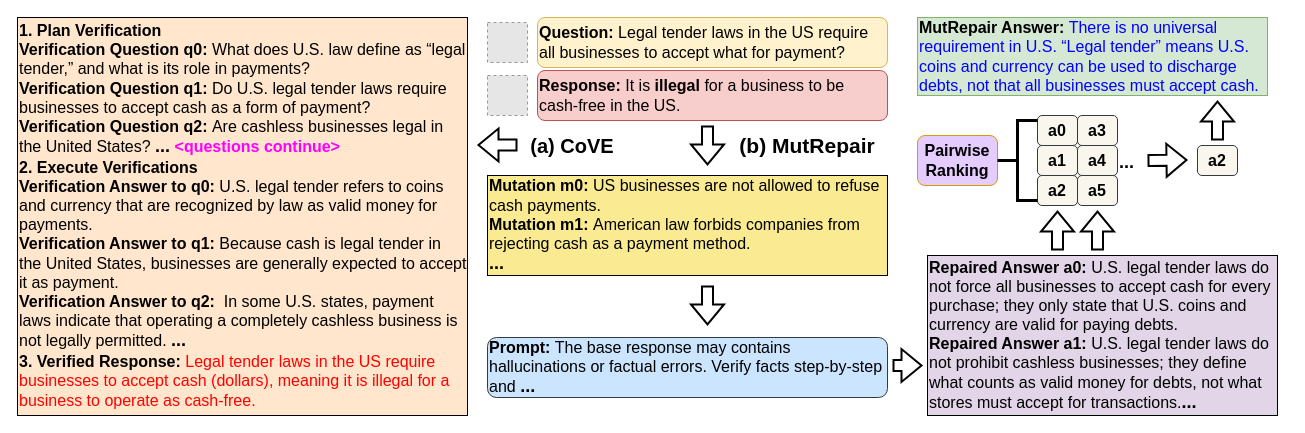
Earlier version of the draw.io diagram figures/casestudyall.drawio (zbybr/LLMHalluMiti). Source tidied: cells renumbered, new cells numbered last; positions are measured from the earlier drawing's top-left corner, leaving out a move shared by most shapes. Both pictures are drawn from the tidied source at 100%, with x=0, y=0 at pixel (17, 17). Pictures stored in the file or linked from it are replaced by grey dashed boxes.
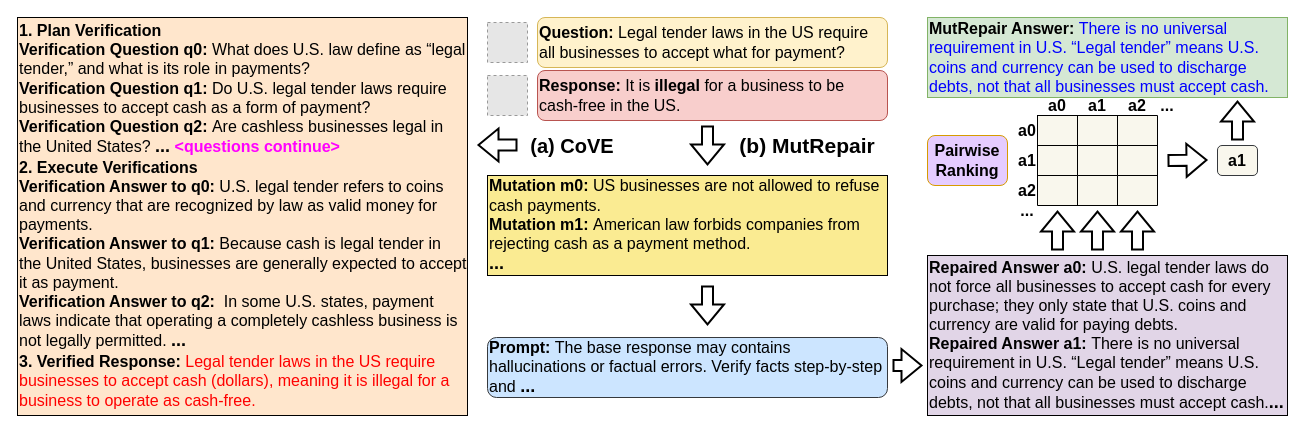
The same diagram, later.

The edit, as a diff of the source:
```diff
@@
     <mxCell id="7" value="&lt;font face=&quot;Arial&quot;&gt;&lt;span style=&quot;font-size: 16px;&quot;&gt;&lt;b&gt;Pairwise Ranking&lt;/b&gt;&lt;/span&gt;&lt;/font&gt;" style="rounded=1;whiteSpace=wrap;html=1;fillColor=#E5CCFF;strokeColor=#d79b00;align=center;" parent="1" vertex="1">
-      <mxGeometry x="900" y="118" width="80" height="50" as="geometry" />
+      <mxGeometry x="910" y="118" width="80" height="50" as="geometry" />
     </mxCell>
@@
-    <mxCell id="9" value="&lt;font face=&quot;Arial&quot;&gt;&lt;span style=&quot;font-size: 16px;&quot;&gt;&lt;b&gt;a0&lt;/b&gt;&lt;/span&gt;&lt;/font&gt;" style="rounded=1;whiteSpace=wrap;html=1;fillColor=#f9f7ed;strokeColor=#36393d;align=center;" parent="1" vertex="1">
-      <mxGeometry x="1020" y="98" width="40" height="30" as="geometry" />
-    </mxCell>
-    <mxCell id="10" value="&lt;font face=&quot;Arial&quot;&gt;&lt;span style=&quot;font-size: 16px;&quot;&gt;&lt;b&gt;a1&lt;/b&gt;&lt;/span&gt;&lt;/font&gt;" style="rounded=1;whiteSpace=wrap;html=1;fillColor=#f9f7ed;strokeColor=#36393d;align=center;" parent="1" vertex="1">
-      <mxGeometry x="1020" y="128" width="40" height="30" as="geometry" />
-    </mxCell>
-    <mxCell id="11" value="&lt;font face=&quot;Arial&quot;&gt;&lt;span style=&quot;font-size: 16px;&quot;&gt;&lt;b&gt;a2&lt;/b&gt;&lt;/span&gt;&lt;/font&gt;" style="rounded=1;whiteSpace=wrap;html=1;fillColor=#f9f7ed;strokeColor=#36393d;align=center;" parent="1" vertex="1">
-      <mxGeometry x="1020" y="158" width="40" height="30" as="geometry" />
-    </mxCell>
-    <mxCell id="12" value="&lt;font face=&quot;Arial&quot;&gt;&lt;span style=&quot;font-size: 16px;&quot;&gt;&lt;b&gt;a3&lt;/b&gt;&lt;/span&gt;&lt;/font&gt;" style="rounded=1;whiteSpace=wrap;html=1;fillColor=#f9f7ed;strokeColor=#36393d;align=center;" parent="1" vertex="1">
-      <mxGeometry x="1060" y="98" width="40" height="30" as="geometry" />
-    </mxCell>
-    <mxCell id="13" value="&lt;font face=&quot;Arial&quot;&gt;&lt;span style=&quot;font-size: 16px;&quot;&gt;&lt;b&gt;a4&lt;/b&gt;&lt;/span&gt;&lt;/font&gt;" style="rounded=1;whiteSpace=wrap;html=1;fillColor=#f9f7ed;strokeColor=#36393d;align=center;" parent="1" vertex="1">
-      <mxGeometry x="1060" y="128" width="40" height="30" as="geometry" />
-    </mxCell>
-    <mxCell id="14" value="&lt;font face=&quot;Arial&quot;&gt;&lt;span style=&quot;font-size: 16px;&quot;&gt;&lt;b&gt;a5&lt;/b&gt;&lt;/span&gt;&lt;/font&gt;" style="rounded=1;whiteSpace=wrap;html=1;fillColor=#f9f7ed;strokeColor=#36393d;align=center;" parent="1" vertex="1">
-      <mxGeometry x="1060" y="158" width="40" height="30" as="geometry" />
-    </mxCell>
-    <mxCell id="15" style="strokeWidth=3;html=1;shape=mxgraph.flowchart.annotation_2;align=left;labelPosition=right;" parent="1" vertex="1">
-      <mxGeometry x="980" y="103" width="40" height="80" as="geometry" />
-    </mxCell>
     <mxCell id="16" style="shape=flexArrow;endArrow=classic;html=1;rounded=0;strokeWidth=2;" parent="1" edge="1">
       <mxGeometry relative="1" as="geometry">
-        <mxPoint x="1130" y="143" as="sourcePoint" />
-        <mxPoint x="1170" y="142.5" as="targetPoint" />
+        <mxPoint x="1150" y="143" as="sourcePoint" />
+        <mxPoint x="1190" y="142.5" as="targetPoint" />
       </mxGeometry>
     </mxCell>
-    <mxCell id="17" value="&lt;font face=&quot;Arial&quot;&gt;&lt;span style=&quot;font-size: 16px;&quot;&gt;&lt;b&gt;a2&lt;/b&gt;&lt;/span&gt;&lt;/font&gt;" style="rounded=1;whiteSpace=wrap;html=1;fillColor=#f9f7ed;strokeColor=#36393d;align=center;" parent="1" vertex="1">
-      <mxGeometry x="1180" y="128" width="40" height="30" as="geometry" />
+    <mxCell id="17" value="&lt;font face=&quot;Arial&quot;&gt;&lt;span style=&quot;font-size: 16px;&quot;&gt;&lt;b&gt;a1&lt;/b&gt;&lt;/span&gt;&lt;/font&gt;" style="rounded=1;whiteSpace=wrap;html=1;fillColor=#f9f7ed;strokeColor=#36393d;align=center;" parent="1" vertex="1">
+      <mxGeometry x="1200" y="128" width="40" height="30" as="geometry" />
     </mxCell>
@@
     <mxCell id="19" style="shape=flexArrow;endArrow=classic;html=1;rounded=0;strokeWidth=2;" parent="1" edge="1">
       <mxGeometry relative="1" as="geometry">
-        <mxPoint x="1200" y="123" as="sourcePoint" />
-        <mxPoint x="1200" y="83" as="targetPoint" />
+        <mxPoint x="1220" y="123" as="sourcePoint" />
+        <mxPoint x="1220" y="83" as="targetPoint" />
       </mxGeometry>
     </mxCell>
@@
     <mxCell id="22" value="&lt;b style=&quot;font-family: Arial; font-size: 16px;&quot;&gt;MutRepair Answer:&amp;nbsp;&lt;/b&gt;&lt;span style=&quot;font-family: Arial; font-size: 16px;&quot;&gt;&lt;font style=&quot;color: rgb(0, 0, 255);&quot;&gt;There is no universal requirement in U.S. “Legal tender” means U.S. coins and currency can be used to discharge debts, not that all businesses must accept cash.&lt;/font&gt;&lt;/span&gt;" style="rounded=0;whiteSpace=wrap;html=1;fillColor=#d5e8d4;strokeColor=#82b366;align=left;" parent="1" vertex="1">
-      <mxGeometry x="900" width="350" height="78" as="geometry" />
+      <mxGeometry x="910" width="360" height="80" as="geometry" />
     </mxCell>
-    <mxCell id="23" value="&lt;b style=&quot;font-family: Arial; font-size: 16px;&quot;&gt;Repaired Answer a0:&amp;nbsp;&lt;/b&gt;&lt;span style=&quot;font-family: Arial; font-size: 16px;&quot;&gt;U.S. legal tender laws do not force all businesses to accept cash for every purchase; they only state that U.S. coins and currency are valid for paying debts.&lt;/span&gt;&lt;div&gt;&lt;b style=&quot;font-family: Arial; font-size: 16px;&quot;&gt;Repaired Answer a1:&amp;nbsp;&lt;/b&gt;&lt;span style=&quot;font-family: Arial; font-size: 16px;&quot;&gt;U.S. legal tender laws do not prohibit cashless businesses; they define what counts as valid money for debts, not what stores must accept for transactions.&lt;/span&gt;&lt;span style=&quot;font-family: Arial; font-size: 16px;&quot;&gt;&lt;/span&gt;&lt;b style=&quot;background-color: transparent; color: light-dark(rgb(0, 0, 0), rgb(255, 255, 255)); font-family: Arial;&quot;&gt;&lt;font style=&quot;font-size: 18px;&quot;&gt;...&lt;/font&gt;&lt;/b&gt;&lt;/div&gt;" style="rounded=0;whiteSpace=wrap;html=1;fillColor=light-dark(#e1d5e7, #ededed);align=left;" parent="1" vertex="1">
-      <mxGeometry x="910" y="238" width="350" height="160" as="geometry" />
+    <mxCell id="23" value="&lt;b style=&quot;font-family: Arial; font-size: 16px;&quot;&gt;Repaired Answer a0:&amp;nbsp;&lt;/b&gt;&lt;span style=&quot;font-family: Arial; font-size: 16px;&quot;&gt;U.S. legal tender laws do not force all businesses to accept cash for every purchase; they only state that U.S. coins and currency are valid for paying debts.&lt;/span&gt;&lt;div&gt;&lt;b style=&quot;font-family: Arial; font-size: 16px;&quot;&gt;Repaired Answer a1:&amp;nbsp;&lt;/b&gt;&lt;span style=&quot;font-family: Arial; font-size: 16px;&quot;&gt;&lt;font style=&quot;color: rgb(0, 0, 0);&quot;&gt;There is no universal requirement in U.S. “Legal tender” means U.S. coins and currency can be used to discharge debts, not that all businesses must accept cash&lt;/font&gt;&lt;/span&gt;&lt;span style=&quot;font-family: Arial; font-size: 16px;&quot;&gt;.&lt;/span&gt;&lt;span style=&quot;font-family: Arial; font-size: 16px;&quot;&gt;&lt;/span&gt;&lt;b style=&quot;background-color: transparent; color: light-dark(rgb(0, 0, 0), rgb(255, 255, 255)); font-family: Arial;&quot;&gt;&lt;font style=&quot;font-size: 18px;&quot;&gt;...&lt;/font&gt;&lt;/b&gt;&lt;/div&gt;" style="rounded=0;whiteSpace=wrap;html=1;fillColor=light-dark(#e1d5e7, #ededed);align=left;" parent="1" vertex="1">
+      <mxGeometry x="910" y="238" width="360" height="160" as="geometry" />
     </mxCell>
@@
+    <mxCell id="31" style="shape=table;startSize=0;childLayout=tableLayout;fontSize=16;fillColor=light-dark(#f9f7ed, #ededed);" parent="1" vertex="1">
+      <mxGeometry x="1020" y="98" width="120" height="90" as="geometry" />
+    </mxCell>
+    <mxCell id="32" style="shape=tableRow;horizontal=0;startSize=0;swimlaneHead=0;swimlaneBody=0;strokeColor=inherit;top=0;left=0;bottom=0;right=0;fillColor=none;fontSize=16;" parent="31" vertex="1">
+      <mxGeometry width="120" height="30" as="geometry" />
+    </mxCell>
+    <mxCell id="33" style="shape=partialRectangle;html=1;whiteSpace=wrap;strokeColor=inherit;overflow=hidden;fillColor=none;top=0;left=0;bottom=0;right=0;fontSize=16;" parent="32" vertex="1">
+      <mxGeometry width="40" height="30" as="geometry" />
+    </mxCell>
+    <mxCell id="34" style="shape=partialRectangle;html=1;whiteSpace=wrap;strokeColor=inherit;overflow=hidden;fillColor=none;top=0;left=0;bottom=0;right=0;fontSize=16;" parent="32" vertex="1">
+      <mxGeometry x="40" width="40" height="30" as="geometry" />
+    </mxCell>
+    <mxCell id="35" style="shape=partialRectangle;html=1;whiteSpace=wrap;strokeColor=inherit;overflow=hidden;fillColor=none;top=0;left=0;bottom=0;right=0;fontSize=16;" parent="32" vertex="1">
+      <mxGeometry x="80" width="40" height="30" as="geometry" />
+    </mxCell>
+    <mxCell id="36" style="shape=tableRow;horizontal=0;startSize=0;swimlaneHead=0;swimlaneBody=0;strokeColor=inherit;top=0;left=0;bottom=0;right=0;fillColor=none;fontSize=16;" parent="31" vertex="1">
+      <mxGeometry y="30" width="120" height="30" as="geometry" />
+    </mxCell>
+    <mxCell id="37" style="shape=partialRectangle;html=1;whiteSpace=wrap;strokeColor=inherit;overflow=hidden;fillColor=none;top=0;left=0;bottom=0;right=0;fontSize=16;" parent="36" vertex="1">
+      <mxGeometry width="40" height="30" as="geometry" />
+    </mxCell>
+    <mxCell id="38" style="shape=partialRectangle;html=1;whiteSpace=wrap;strokeColor=inherit;overflow=hidden;fillColor=none;top=0;left=0;bottom=0;right=0;fontSize=16;" parent="36" vertex="1">
+      <mxGeometry x="40" width="40" height="30" as="geometry" />
+    </mxCell>
+    <mxCell id="39" style="shape=partialRectangle;html=1;whiteSpace=wrap;strokeColor=inherit;overflow=hidden;fillColor=none;top=0;left=0;bottom=0;right=0;fontSize=16;" parent="36" vertex="1">
+      <mxGeometry x="80" width="40" height="30" as="geometry" />
+    </mxCell>
+    <mxCell id="40" style="shape=tableRow;horizontal=0;startSize=0;swimlaneHead=0;swimlaneBody=0;strokeColor=inherit;top=0;left=0;bottom=0;right=0;fillColor=none;fontSize=16;" parent="31" vertex="1">
+      <mxGeometry y="60" width="120" height="30" as="geometry" />
+    </mxCell>
+    <mxCell id="41" style="shape=partialRectangle;html=1;whiteSpace=wrap;strokeColor=inherit;overflow=hidden;fillColor=none;top=0;left=0;bottom=0;right=0;fontSize=16;" parent="40" vertex="1">
+      <mxGeometry width="40" height="30" as="geometry" />
+    </mxCell>
+    <mxCell id="42" style="shape=partialRectangle;html=1;whiteSpace=wrap;strokeColor=inherit;overflow=hidden;fillColor=none;top=0;left=0;bottom=0;right=0;fontSize=16;" parent="40" vertex="1">
+      <mxGeometry x="40" width="40" height="30" as="geometry" />
+    </mxCell>
+    <mxCell id="43" style="shape=partialRectangle;html=1;whiteSpace=wrap;strokeColor=inherit;overflow=hidden;fillColor=none;top=0;left=0;bottom=0;right=0;fontSize=16;" parent="40" vertex="1">
+      <mxGeometry x="80" width="40" height="30" as="geometry" />
+    </mxCell>
+    <mxCell id="44" value="&lt;font style=&quot;font-size: 16px;&quot; face=&quot;Arial&quot;&gt;&lt;b style=&quot;&quot;&gt;a0&lt;/b&gt;&lt;/font&gt;" style="text;html=1;whiteSpace=wrap;strokeColor=none;fillColor=none;align=center;verticalAlign=middle;rounded=0;" parent="1" vertex="1">
+      <mxGeometry x="1010" y="73" width="60" height="30" as="geometry" />
+    </mxCell>
+    <mxCell id="45" value="&lt;font style=&quot;font-size: 16px;&quot; face=&quot;Arial&quot;&gt;&lt;b style=&quot;&quot;&gt;a1&lt;/b&gt;&lt;/font&gt;" style="text;html=1;whiteSpace=wrap;strokeColor=none;fillColor=none;align=center;verticalAlign=middle;rounded=0;" parent="1" vertex="1">
+      <mxGeometry x="1050" y="73" width="60" height="30" as="geometry" />
+    </mxCell>
+    <mxCell id="46" value="&lt;font style=&quot;font-size: 16px;&quot; face=&quot;Arial&quot;&gt;&lt;b style=&quot;&quot;&gt;a2&lt;/b&gt;&lt;/font&gt;" style="text;html=1;whiteSpace=wrap;strokeColor=none;fillColor=none;align=center;verticalAlign=middle;rounded=0;" parent="1" vertex="1">
+      <mxGeometry x="1090" y="73" width="60" height="30" as="geometry" />
+    </mxCell>
+    <mxCell id="47" value="&lt;font style=&quot;font-size: 16px;&quot; face=&quot;Arial&quot;&gt;&lt;b style=&quot;&quot;&gt;a0&lt;/b&gt;&lt;/font&gt;" style="text;html=1;whiteSpace=wrap;strokeColor=none;fillColor=none;align=center;verticalAlign=middle;rounded=0;" parent="1" vertex="1">
+      <mxGeometry x="980" y="98" width="60" height="30" as="geometry" />
+    </mxCell>
+    <mxCell id="48" value="&lt;font style=&quot;font-size: 16px;&quot; face=&quot;Arial&quot;&gt;&lt;b style=&quot;&quot;&gt;a1&lt;/b&gt;&lt;/font&gt;" style="text;html=1;whiteSpace=wrap;strokeColor=none;fillColor=none;align=center;verticalAlign=middle;rounded=0;" parent="1" vertex="1">
+      <mxGeometry x="980" y="128" width="60" height="30" as="geometry" />
+    </mxCell>
+    <mxCell id="49" value="&lt;font style=&quot;font-size: 16px;&quot; face=&quot;Arial&quot;&gt;&lt;b style=&quot;&quot;&gt;a2&lt;/b&gt;&lt;/font&gt;" style="text;html=1;whiteSpace=wrap;strokeColor=none;fillColor=none;align=center;verticalAlign=middle;rounded=0;" parent="1" vertex="1">
+      <mxGeometry x="980" y="158" width="60" height="30" as="geometry" />
+    </mxCell>
+    <mxCell id="50" value="&lt;font style=&quot;font-size: 16px;&quot; face=&quot;Arial&quot;&gt;&lt;b style=&quot;&quot;&gt;...&lt;/b&gt;&lt;/font&gt;" style="text;html=1;whiteSpace=wrap;strokeColor=none;fillColor=none;align=center;verticalAlign=middle;rounded=0;" parent="1" vertex="1">
+      <mxGeometry x="1120" y="73" width="60" height="30" as="geometry" />
+    </mxCell>
+    <mxCell id="51" value="&lt;font style=&quot;font-size: 16px;&quot; face=&quot;Arial&quot;&gt;&lt;b style=&quot;&quot;&gt;...&lt;/b&gt;&lt;/font&gt;" style="text;html=1;whiteSpace=wrap;strokeColor=none;fillColor=none;align=center;verticalAlign=middle;rounded=0;" parent="1" vertex="1">
+      <mxGeometry x="980" y="178" width="60" height="30" as="geometry" />
+    </mxCell>
+    <mxCell id="52" style="shape=flexArrow;endArrow=classic;html=1;rounded=0;strokeWidth=2;" parent="1" edge="1">
+      <mxGeometry relative="1" as="geometry">
+        <mxPoint x="1120" y="233" as="sourcePoint" />
+        <mxPoint x="1120" y="193" as="targetPoint" />
+      </mxGeometry>
+    </mxCell>
```
